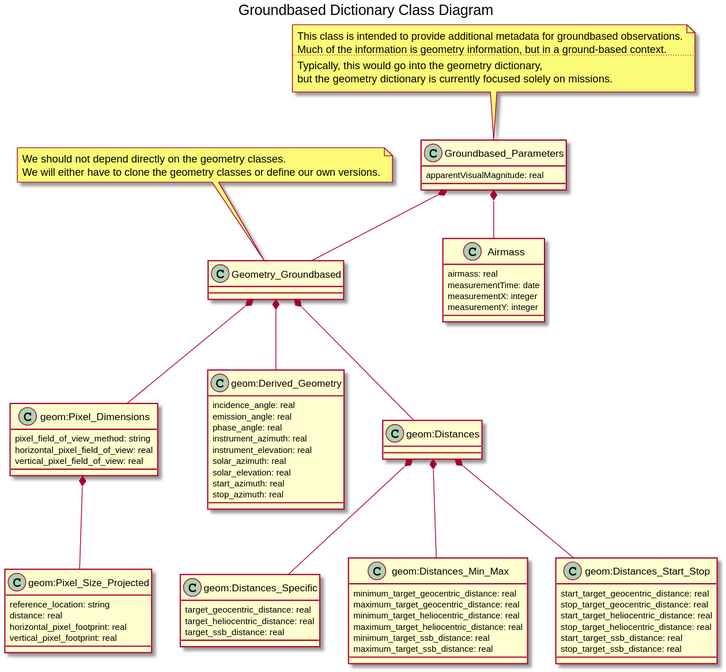
Before: docs/Groundbased_Dictionary.svg, a diagram exported from PlantUML (sbn-psi/pds4-dictionary-groundbased). Source of this version:
```plantuml
@startuml

title Groundbased Dictionary Class Diagram

class Groundbased_Parameters {
    apparentVisualMagnitude: real
}
note top
    This class is intended to provide additional metadata for groundbased observations.
    Much of the information is geometry information, but in a ground-based context.
    ....
    Typically, this would go into the geometry dictionary,
    but the geometry dictionary is currently focused solely on missions.
end note

class Airmass {
    airmass: real
    measurementTime: date
    measurementX: integer
    measurementY: integer
}

class Geometry_Groundbased
note top
    We should not depend directly on the geometry classes.
    We will either have to clone the geometry classes or define our own versions.
end note

class geom:Pixel_Dimensions {
    pixel_field_of_view_method: string
    horizontal_pixel_field_of_view: real
    vertical_pixel_field_of_view: real
}

class geom:Derived_Geometry {
    incidence_angle: real
    emission_angle: real
    phase_angle: real
    instrument_azimuth: real
    instrument_elevation: real
    solar_azimuth: real
    solar_elevation: real
    start_azimuth: real
    stop_azimuth: real
}

class geom:Distances

class geom:Pixel_Size_Projected {
    reference_location: string
    distance: real
    horizontal_pixel_footprint: real
    vertical_pixel_footprint: real
}

class geom:Distances_Specific {
    target_geocentric_distance: real
    target_heliocentric_distance: real
    target_ssb_distance: real
}

class geom:Distances_Min_Max {
    minimum_target_geocentric_distance: real
    maximum_target_geocentric_distance: real
    minimum_target_heliocentric_distance: real
    maximum_target_heliocentric_distance: real
    minimum_target_ssb_distance: real
    maximum_target_ssb_distance: real
}

class geom:Distances_Start_Stop {
    start_target_geocentric_distance: real
    stop_target_geocentric_distance: real
    start_target_heliocentric_distance: real
    stop_target_heliocentric_distance: real
    start_target_ssb_distance: real
    stop_target_ssb_distance: real
}

Groundbased_Parameters *-- Airmass
Groundbased_Parameters *-- Geometry_Groundbased
Geometry_Groundbased *-- "geom:Pixel_Dimensions"
"geom:Pixel_Dimensions" *-- "geom:Pixel_Size_Projected"
Geometry_Groundbased *-- "geom:Derived_Geometry"
Geometry_Groundbased *-- "geom:Distances"
"geom:Distances" *-- "geom:Distances_Specific"
"geom:Distances" *-- "geom:Distances_Min_Max"
"geom:Distances" *-- "geom:Distances_Start_Stop"

@enduml
```
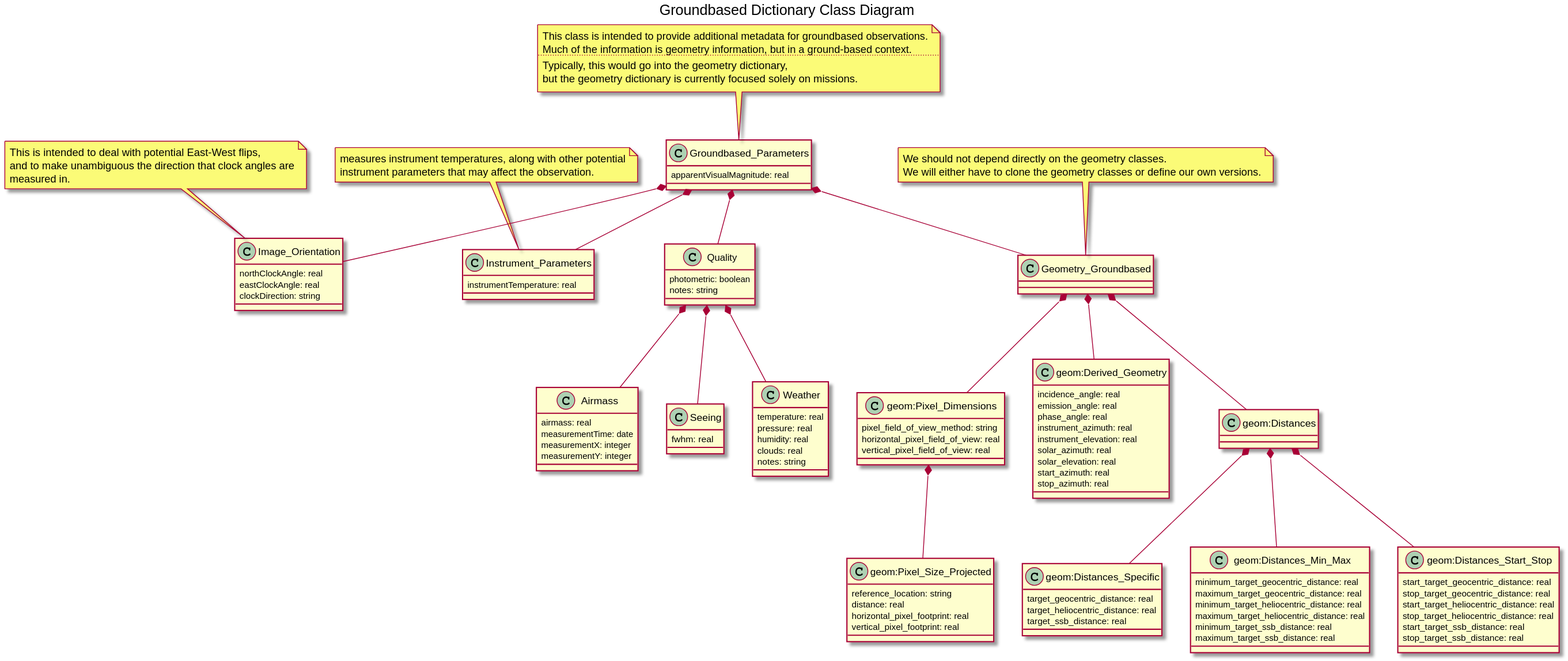
After the commit.

Commit message:
Changes from Anne's feedback

Added Quality class
Added a class to deal with east-west flip
Added instrument parameters to store instrument temperature
Speculatively added weather since that could affect the observation

The edit, as a diff of the source:
```diff
@@ -13,11 +13,48 @@
     but the geometry dictionary is currently focused solely on missions.
 end note
 
+
+class Image_Orientation {
+    northClockAngle: real
+    eastClockAngle: real
+    clockDirection: string
+}
+note top
+    This is intended to deal with potential East-West flips,
+    and to make unambiguous the direction that clock angles are
+    measured in.
+endnote
+
+class Instrument_Parameters {
+    instrumentTemperature: real
+}
+note top
+    measures instrument temperatures, along with other potential
+    instrument parameters that may affect the observation.
+endnote
+
+class Quality {
+    photometric: boolean
+    notes: string
+}
+
 class Airmass {
     airmass: real
     measurementTime: date
     measurementX: integer
     measurementY: integer
+}
+
+class Seeing {
+    fwhm: real
+}
+
+class Weather {
+    temperature: real
+    pressure: real
+    humidity: real
+    clouds: real
+    notes: string
 }
 
 class Geometry_Groundbased
@@ -77,7 +114,12 @@
     stop_target_ssb_distance: real
 }
 
-Groundbased_Parameters *-- Airmass
+Groundbased_Parameters *-- Image_Orientation
+Groundbased_Parameters *-- Instrument_Parameters
+Groundbased_Parameters *-- Quality
+Quality *-- Seeing
+Quality *-- Airmass
+Quality *-- Weather
 Groundbased_Parameters *-- Geometry_Groundbased
 Geometry_Groundbased *-- "geom:Pixel_Dimensions"
 "geom:Pixel_Dimensions" *-- "geom:Pixel_Size_Projected"
```
